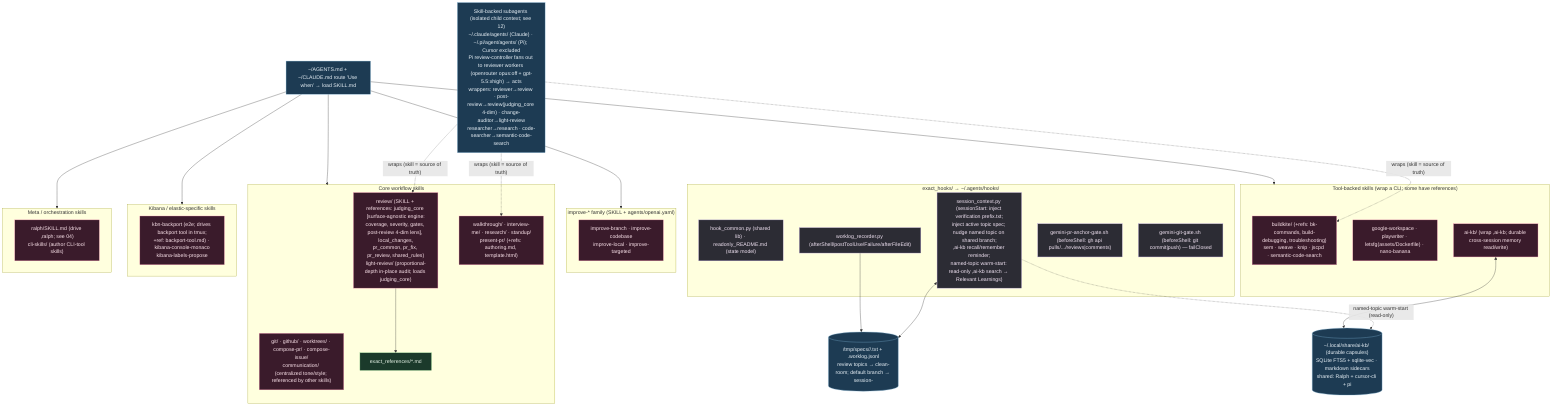
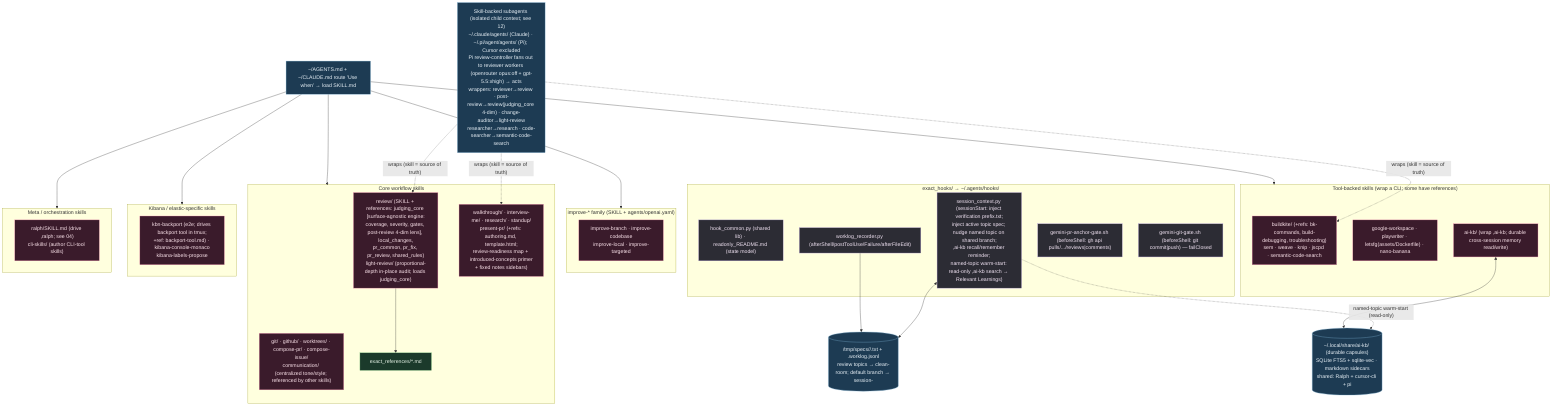
%% ============================================================================
%% 03b-agent-skills-hooks.mmd — Every file under home/exact_dot_agents/ (60).
%% Skills → ~/.agents/skills/ (intent-routed SKILL.md). Shared hooks → ~/.agents/hooks/.
%% ============================================================================
flowchart TB
    classDef skill fill:#3a1b2b,stroke:#f48fb1,color:#fce4ec;
    classDef hook fill:#2c2c34,stroke:#b39ddb,color:#f3e5f5;
    classDef ref fill:#1b3a2b,stroke:#81c784,color:#e8f5e9;
    classDef data fill:#1d3b53,stroke:#7fb3d5,color:#eaf2f8;

    subgraph HOOKS["exact_hooks/ → ~/.agents/hooks/"]
        HC["hook_common.py (shared lib) · readonly_README.md (state model)"]:::hook
        SCx["session_context.py (sessionStart: inject verification prefix.txt;<br/>inject active topic spec; nudge named topic on shared branch;<br/>,ai-kb recall/remember reminder;<br/>named-topic warm-start: read-only ,ai-kb search → Relevant Learnings)"]:::hook
        WLx["worklog_recorder.py (afterShell/postToolUse/Failure/afterFileEdit)"]:::hook
        PRG["gemini-pr-anchor-gate.sh (beforeShell: gh api pulls/.../reviews|comments)"]:::hook
        GG["gemini-git-gate.sh (beforeShell: git commit|push) — failClosed"]:::hook
    end

    MEM[("/tmp/specs/<pwd>/<topic>.txt + .worklog.jsonl<br/>review topics → clean-room; default branch → session-<id>")]:::data
    SCx <--> MEM
    WLx --> MEM

    KBDB[("~/.local/share/ai-kb/ (durable capsules)<br/>SQLite FTS5 + sqlite-vec · markdown sidecars<br/>shared: Ralph + cursor-cli + pi")]:::data
    SCx -. "named-topic warm-start (read-only)" .-> KBDB

    subgraph CORE["Core workflow skills"]
        S1["review/ (SKILL + references: judging_core [surface-agnostic engine:<br/>coverage, severity, gates, post-review 4-dim lens], local_changes,<br/>pr_common, pr_fix, pr_review, shared_rules)<br/>light-review/ (proportional-depth in-place audit; loads judging_core)"]:::skill
        S2["git/ · github/ · worktrees/ · compose-pr/ · compose-issue/<br/>communication/ (centralized tone/style; referenced by other skills)"]:::skill
-         S3["walkthrough/ · interview-me/ · research/ · standup/<br/>present-pr/ (+refs: authoring.md, template.html)"]:::skill
+         S3["walkthrough/ · interview-me/ · research/ · standup/<br/>present-pr/ (+refs: authoring.md, template.html;<br/>review-readiness map + introduced-concepts primer<br/>+ fixed notes sidebars)"]:::skill
        S1 --> R1["exact_references/*.md"]:::ref
    end

    subgraph IMPROVE["improve-* family (SKILL + agents/openai.yaml)"]
        S4["improve-branch · improve-codebase<br/>improve-local · improve-targeted"]:::skill
    end

    subgraph TOOLS["Tool-backed skills (wrap a CLI; some have references)"]
        S5["buildkite/ (+refs: bk-commands, build-debugging, troubleshooting)<br/>sem · weave · knip · jscpd · semantic-code-search"]:::skill
        S6["google-workspace · playwriter · letsfg(assets/Dockerfile) · nano-banana"]:::skill
        S7["ai-kb/ (wrap ,ai-kb; durable cross-session memory read/write)"]:::skill
    end

    subgraph KBN["Kibana / elastic-specific skills"]
        S8["kbn-backport (e2e; drives backport tool in tmux;<br/>+ref: backport-tool.md) · kibana-console-monaco<br/>kibana-labels-propose"]:::skill
    end

    subgraph META["Meta / orchestration skills"]
        S9["ralph/SKILL.md (drive ,ralph; see 04)<br/>cli-skills/ (author CLI-tool skills)"]:::skill
    end

    SOPS["~/AGENTS.md + ~/CLAUDE.md route 'Use when' → load SKILL.md"]:::data
    SOPS --> CORE & IMPROVE & TOOLS & KBN & META
    S7 <--> KBDB

    SUBA["Skill-backed subagents (isolated child context; see 12)<br/>~/.claude/agents/ (Claude) · ~/.pi/agent/agents/ (Pi); Cursor excluded<br/>Pi review-controller fans out to reviewer workers (openrouter opus:off + gpt-5.5:xhigh) → acts<br/>wrappers: reviewer→review · post-review→review(judging_core 4-dim) · change-auditor→light-review<br/>researcher→research · code-searcher→semantic-code-search"]:::data
    SUBA -.->|"wraps (skill = source of truth)"| S1 & S3 & S5
